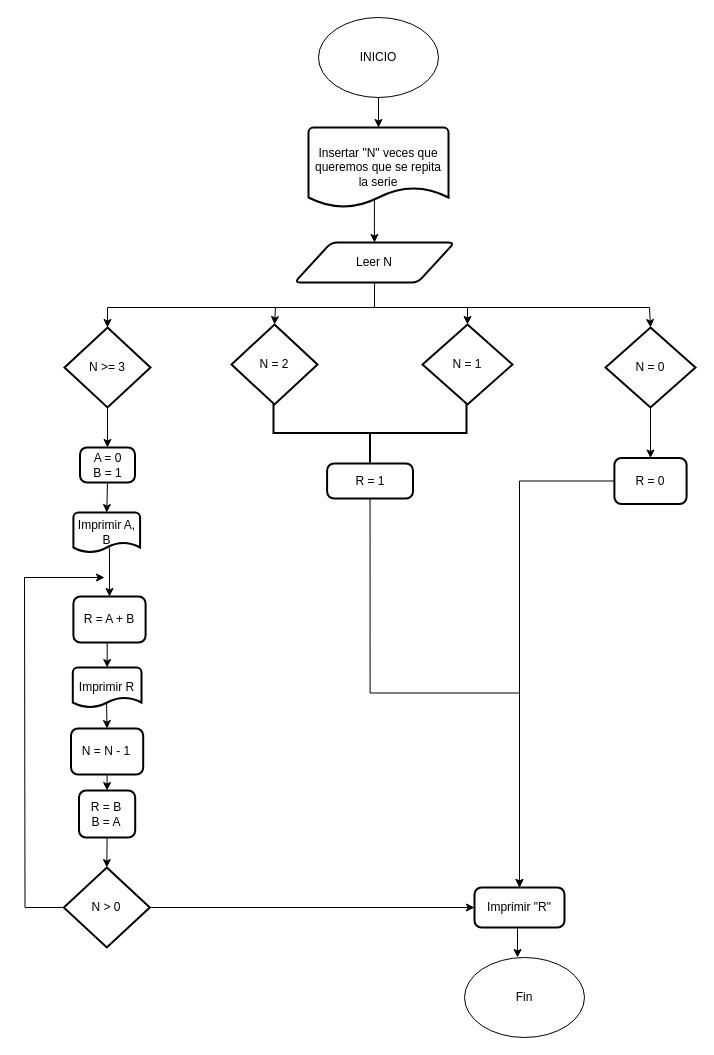
Earlier version of the draw.io diagram Fibonacci.drawio (alejandrorestrepoj/DiagramaFlujo). Source tidied: cells renumbered, new cells numbered last; positions are measured from the earlier drawing's top-left corner, leaving out a move shared by most shapes. Both pictures are drawn from the tidied source at 100%, with x=0, y=0 at pixel (24, 17).
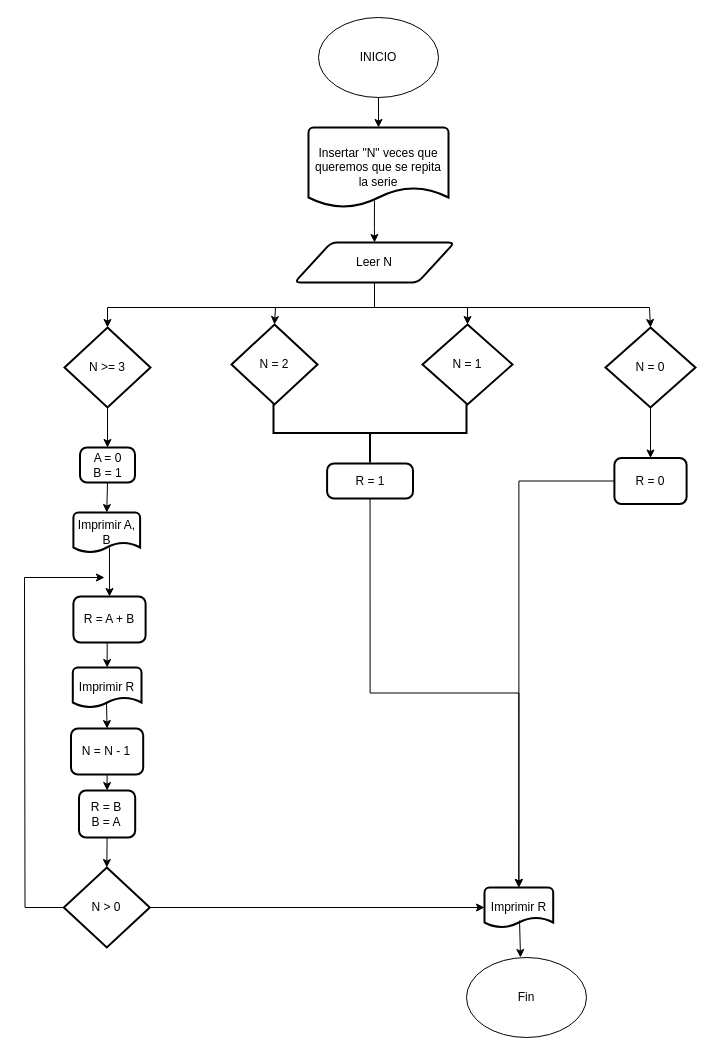
After the change.

The change refers to these unchanged cells:
```xml
<mxCell id="15" value="R = 1" style="rounded=1;whiteSpace=wrap;html=1;absoluteArcSize=1;arcSize=14;strokeWidth=2;" parent="1" vertex="1">
  <mxGeometry x="302.6" y="446" width="85.9" height="35" as="geometry" />
</mxCell>
<mxCell id="26" value="N &amp;gt; 0" style="strokeWidth=2;html=1;shape=mxgraph.flowchart.decision;whiteSpace=wrap;" parent="1" vertex="1">
  <mxGeometry x="39.3" y="850" width="86" height="80" as="geometry" />
</mxCell>
<mxCell id="29" value="R = 0" style="rounded=1;whiteSpace=wrap;html=1;absoluteArcSize=1;arcSize=14;strokeWidth=2;" parent="1" vertex="1">
  <mxGeometry x="589.9" y="440.5" width="72.2" height="46" as="geometry" />
</mxCell>
```

The edit, as a diff of the source:
```diff
@@
-    <mxCell id="14" style="edgeStyle=orthogonalEdgeStyle;rounded=0;jettySize=auto;html=1;exitX=0.5;exitY=1;exitDx=0;exitDy=0;entryX=0.5;entryY=0;entryDx=0;entryDy=0;" parent="1" edge="1" source="15" target="38">
+    <mxCell id="14" style="edgeStyle=orthogonalEdgeStyle;rounded=0;jettySize=auto;html=1;exitX=0.5;exitY=1;exitDx=0;exitDy=0;entryX=0.5;entryY=0;entryDx=0;entryDy=0;entryPerimeter=0;" parent="1" edge="1" source="15" target="41">
       <mxGeometry relative="1" as="geometry" />
     </mxCell>
@@
-    <mxCell id="25" style="edgeStyle=orthogonalEdgeStyle;rounded=0;jettySize=auto;html=1;" parent="1" edge="1" source="26" target="38">
+    <mxCell id="25" style="edgeStyle=orthogonalEdgeStyle;rounded=0;jettySize=auto;html=1;entryX=0;entryY=0.5;entryDx=0;entryDy=0;entryPerimeter=0;" parent="1" edge="1" source="26" target="41">
       <mxGeometry relative="1" as="geometry" />
     </mxCell>
@@
-    <mxCell id="28" style="edgeStyle=orthogonalEdgeStyle;rounded=0;jettySize=auto;html=1;entryX=0.5;entryY=0;entryDx=0;entryDy=0;" parent="1" edge="1" source="29" target="38">
+    <mxCell id="28" style="edgeStyle=orthogonalEdgeStyle;rounded=0;jettySize=auto;html=1;entryX=0.5;entryY=0;entryDx=0;entryDy=0;entryPerimeter=0;" parent="1" edge="1" source="29" target="41">
       <mxGeometry relative="1" as="geometry" />
     </mxCell>
@@
-    <mxCell id="38" value="Imprimir &quot;R&quot;" style="rounded=1;whiteSpace=wrap;html=1;absoluteArcSize=1;arcSize=14;strokeWidth=2;" parent="1" vertex="1">
-      <mxGeometry x="450" y="870" width="90" height="40" as="geometry" />
-    </mxCell>
     <mxCell id="39" value="Fin" style="ellipse;whiteSpace=wrap;html=1;" parent="1" vertex="1">
-      <mxGeometry x="440" y="940" width="120" height="80" as="geometry" />
+      <mxGeometry x="442" y="940" width="120" height="80" as="geometry" />
     </mxCell>
-    <mxCell id="40" style="edgeStyle=orthogonalEdgeStyle;rounded=0;jettySize=auto;html=1;exitX=0.5;exitY=1;exitDx=0;exitDy=0;entryX=0.442;entryY=0;entryDx=0;entryDy=0;entryPerimeter=0;" parent="1" edge="1" source="38" target="39">
-      <mxGeometry relative="1" as="geometry" />
-    </mxCell>
+    <mxCell id="41" value="Imprimir R" style="strokeWidth=2;html=1;shape=mxgraph.flowchart.document2;whiteSpace=wrap;size=0.25;" parent="1" vertex="1">
+      <mxGeometry x="460" y="870" width="68.7" height="40" as="geometry" />
+    </mxCell>
+    <mxCell id="42" style="edgeStyle=orthogonalEdgeStyle;rounded=0;jettySize=auto;html=1;entryX=0.45;entryY=0;entryDx=0;entryDy=0;entryPerimeter=0;exitX=0.51;exitY=0.825;exitDx=0;exitDy=0;exitPerimeter=0;" parent="1" edge="1" source="41" target="39">
+      <mxGeometry relative="1" as="geometry" />
+    </mxCell>
```
